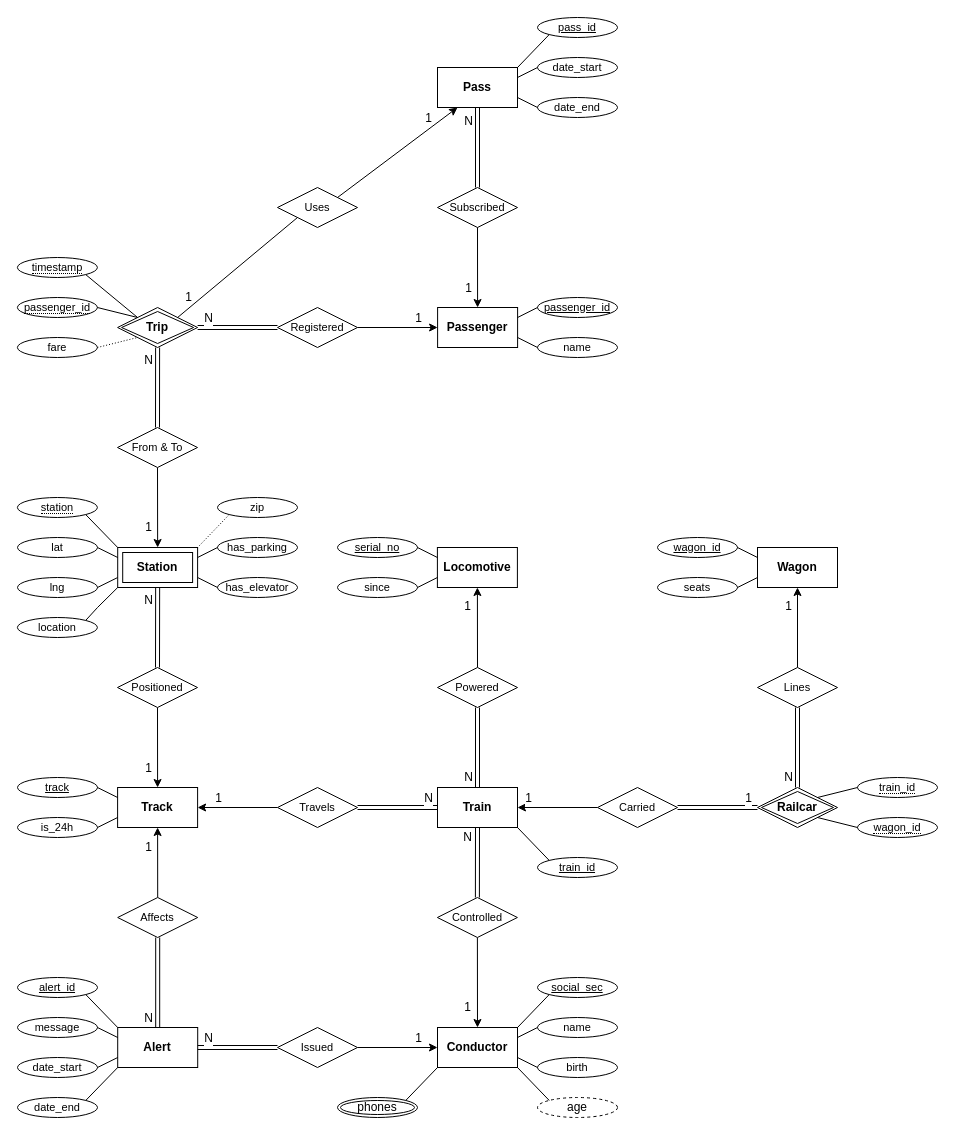
Before: page "proj_deliverable3" (3 of 4) of cta/er.drawio in hanggrian/IIT-CS425, a draw.io diagram. Source tidied: cells renumbered, new cells numbered last; positions are measured from the earlier drawing's top-left corner, leaving out a move shared by most shapes. Both pictures are drawn from the tidied source at 100%, with x=0, y=0 at pixel (17, 17).
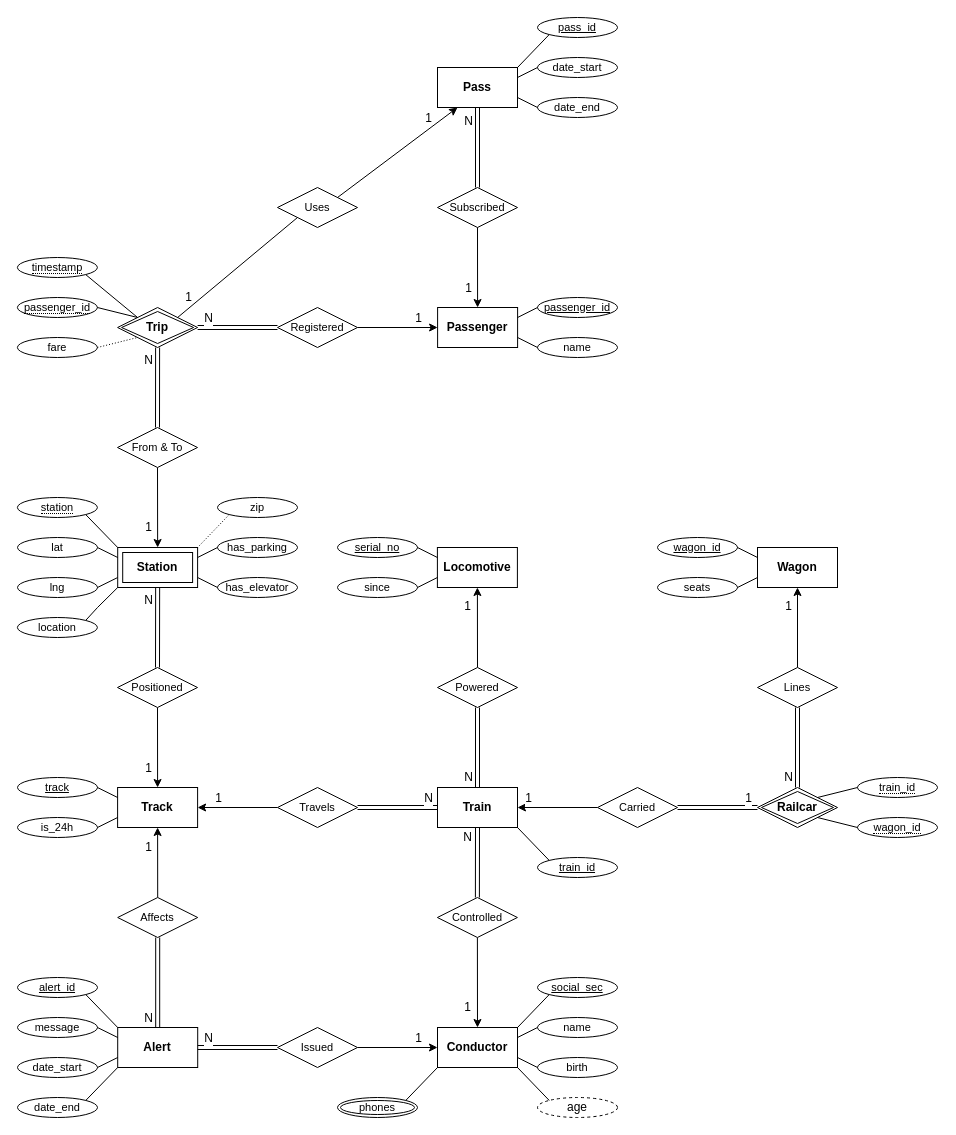
The same diagram, later.

What changed in the source:
```diff
@@
-    <mxCell id="126" value="phones" style="ellipse;shape=doubleEllipse;margin=3;whiteSpace=wrap;html=1;align=center;" parent="1" vertex="1">
+    <mxCell id="126" value="phones" style="ellipse;shape=doubleEllipse;margin=3;whiteSpace=wrap;html=1;align=center;fontSize=11;" parent="1" vertex="1">
       <mxGeometry x="320" y="1080" width="80" height="20" as="geometry" />
     </mxCell>
```
